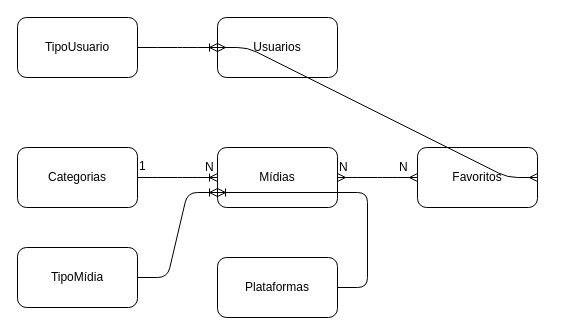
Before: page "Conceitual" (2 of 2) of OpFlix/OpFlix.drawio in amrals/SQLServer, a draw.io diagram. Source tidied: cells renumbered, new cells numbered last; positions are measured from the earlier drawing's top-left corner, leaving out a move shared by most shapes. Both pictures are drawn from the tidied source at 100%, with x=0, y=0 at pixel (17, 17).
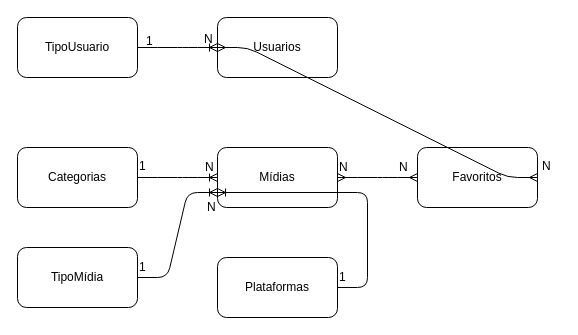
After the change.

Change to the diagram source:
```diff
@@
+    <mxCell id="19" value="1" style="text;html=1;align=left;verticalAlign=top;spacingTop=-4;" parent="1" vertex="1">
+      <mxGeometry x="120" y="240" width="20" height="20" as="geometry" />
+    </mxCell>
+    <mxCell id="20" value="1" style="text;html=1;align=left;verticalAlign=top;spacingTop=-4;" parent="1" vertex="1">
+      <mxGeometry x="320" y="250" width="20" height="20" as="geometry" />
+    </mxCell>
+    <mxCell id="21" value="1" style="text;html=1;align=left;verticalAlign=top;spacingTop=-4;" parent="1" vertex="1">
+      <mxGeometry x="127" y="14" width="20" height="20" as="geometry" />
+    </mxCell>
+    <mxCell id="22" value="N" style="text;html=1;align=left;verticalAlign=top;spacingTop=-4;" parent="1" vertex="1">
+      <mxGeometry x="185" y="12" width="20" height="20" as="geometry" />
+    </mxCell>
+    <mxCell id="23" value="N" style="text;html=1;align=left;verticalAlign=top;spacingTop=-4;" parent="1" vertex="1">
+      <mxGeometry x="523" y="139" width="20" height="20" as="geometry" />
+    </mxCell>
+    <mxCell id="24" value="N" style="text;html=1;align=left;verticalAlign=top;spacingTop=-4;" parent="1" vertex="1">
+      <mxGeometry x="188" y="180" width="20" height="20" as="geometry" />
+    </mxCell>
```
